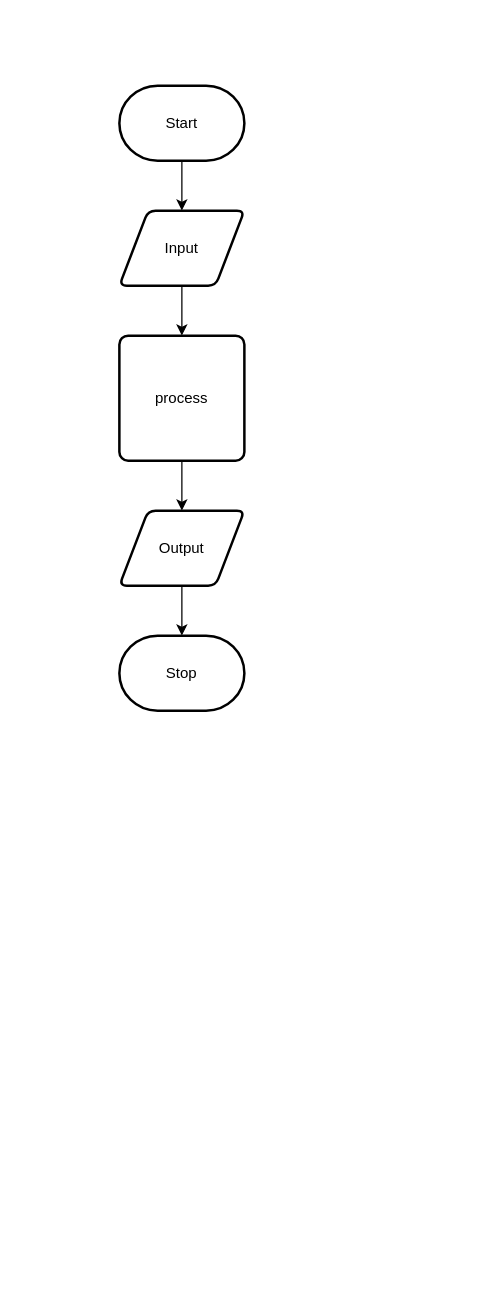
Above: design/flow-chart.drawio in Ali-Mugamai/ICS20-5-01-JS (draw.io), before the change. Source tidied: cells renumbered, new cells numbered last; positions are measured from the earlier drawing's top-left corner, leaving out a move shared by most shapes. Both pictures are drawn from the tidied source at 125%, with x=0, y=0 at pixel (119, 85).
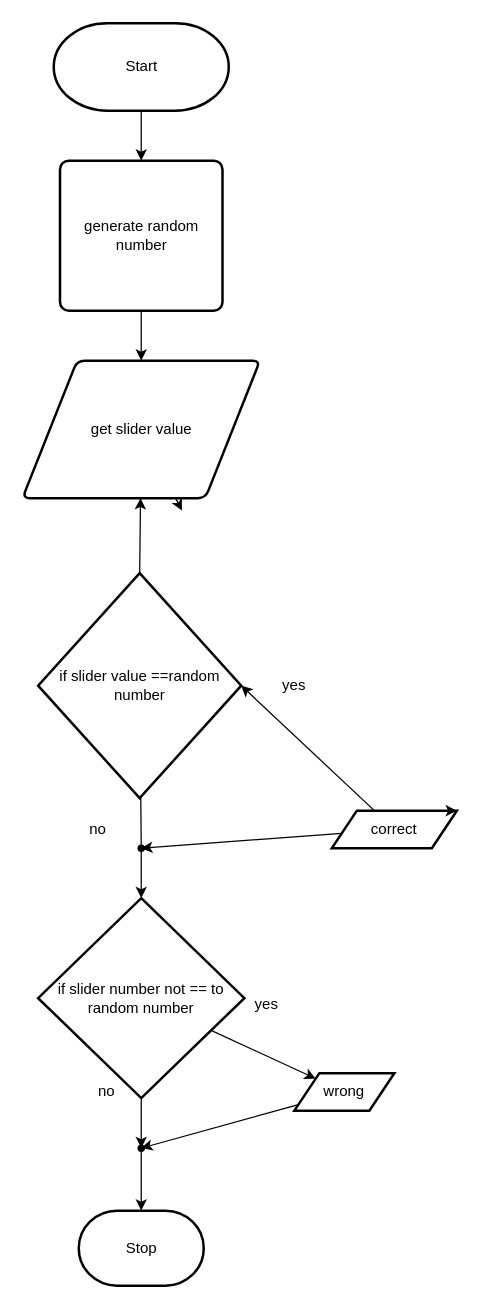
Above is the later version.

The edit, as a diff of the source:
```diff
@@
-    <mxCell id="2" style="edgeStyle=none;html=1;" parent="1" edge="1" source="3" target="5">
+    <mxCell id="2" style="edgeStyle=none;html=1;entryX=0.5;entryY=0;entryDx=0;entryDy=0;" parent="1" edge="1" source="3" target="7">
       <mxGeometry relative="1" as="geometry" />
     </mxCell>
     <mxCell id="3" value="Start" style="strokeWidth=2;html=1;shape=mxgraph.flowchart.terminator;whiteSpace=wrap;" parent="1" vertex="1">
-      <mxGeometry width="100" height="60" as="geometry" />
+      <mxGeometry x="-52.5" y="-50" width="140" height="70" as="geometry" />
     </mxCell>
-    <mxCell id="4" style="edgeStyle=none;html=1;" parent="1" edge="1" source="5" target="7">
-      <mxGeometry relative="1" as="geometry" />
-    </mxCell>
-    <mxCell id="5" value="Input" style="shape=parallelogram;html=1;strokeWidth=2;perimeter=parallelogramPerimeter;whiteSpace=wrap;rounded=1;arcSize=12;size=0.23;" parent="1" vertex="1">
-      <mxGeometry y="100" width="100" height="60" as="geometry" />
-    </mxCell>
@@
-    <mxCell id="7" value="process" style="rounded=1;whiteSpace=wrap;html=1;absoluteArcSize=1;arcSize=14;strokeWidth=2;" parent="1" vertex="1">
-      <mxGeometry y="200" width="100" height="100" as="geometry" />
+    <mxCell id="7" value="generate random number" style="rounded=1;whiteSpace=wrap;html=1;absoluteArcSize=1;arcSize=14;strokeWidth=2;" parent="1" vertex="1">
+      <mxGeometry x="-47.5" y="60" width="130" height="120" as="geometry" />
     </mxCell>
-    <mxCell id="8" style="edgeStyle=none;html=1;" parent="1" edge="1" source="9" target="10">
-      <mxGeometry relative="1" as="geometry" />
+    <mxCell id="8" style="edgeStyle=none;html=1;" parent="1" edge="1" source="9">
+      <mxGeometry relative="1" as="geometry">
+        <mxPoint x="50" y="340" as="targetPoint" />
+      </mxGeometry>
     </mxCell>
-    <mxCell id="9" value="Output" style="shape=parallelogram;html=1;strokeWidth=2;perimeter=parallelogramPerimeter;whiteSpace=wrap;rounded=1;arcSize=12;size=0.23;" parent="1" vertex="1">
-      <mxGeometry y="340" width="100" height="60" as="geometry" />
+    <mxCell id="9" value="get slider value" style="shape=parallelogram;html=1;strokeWidth=2;perimeter=parallelogramPerimeter;whiteSpace=wrap;rounded=1;arcSize=12;size=0.23;" parent="1" vertex="1">
+      <mxGeometry x="-77.5" y="220" width="190" height="110" as="geometry" />
     </mxCell>
     <mxCell id="10" value="Stop" style="strokeWidth=2;html=1;shape=mxgraph.flowchart.terminator;whiteSpace=wrap;" parent="1" vertex="1">
-      <mxGeometry y="440" width="100" height="60" as="geometry" />
+      <mxGeometry x="-32.5" y="900" width="100" height="60" as="geometry" />
     </mxCell>
+    <mxCell id="11" style="edgeStyle=none;html=1;exitX=0.5;exitY=0;exitDx=0;exitDy=0;" parent="1" edge="1" source="13" target="9">
+      <mxGeometry relative="1" as="geometry" />
+    </mxCell>
+    <mxCell id="12" style="edgeStyle=none;html=1;startArrow=none;" parent="1" edge="1" source="20" target="19">
+      <mxGeometry relative="1" as="geometry" />
+    </mxCell>
+    <mxCell id="13" value="if slider value ==random number" style="rhombus;whiteSpace=wrap;html=1;strokeWidth=2;" parent="1" vertex="1">
+      <mxGeometry x="-65" y="390" width="162.5" height="180" as="geometry" />
+    </mxCell>
+    <mxCell id="14" style="edgeStyle=none;html=1;entryX=1;entryY=0.5;entryDx=0;entryDy=0;" parent="1" edge="1" source="16" target="13">
+      <mxGeometry relative="1" as="geometry" />
+    </mxCell>
+    <mxCell id="15" style="edgeStyle=none;html=1;" parent="1" edge="1" source="16" target="20">
+      <mxGeometry relative="1" as="geometry" />
+    </mxCell>
+    <mxCell id="16" value="correct" style="shape=parallelogram;perimeter=parallelogramPerimeter;whiteSpace=wrap;html=1;fixedSize=1;strokeWidth=2;" parent="1" vertex="1">
+      <mxGeometry x="170" y="580" width="100" height="30" as="geometry" />
+    </mxCell>
+    <mxCell id="17" style="edgeStyle=none;html=1;" parent="1" edge="1" source="19" target="23">
+      <mxGeometry relative="1" as="geometry" />
+    </mxCell>
+    <mxCell id="18" style="edgeStyle=none;html=1;" parent="1" edge="1" source="19" target="25">
+      <mxGeometry relative="1" as="geometry" />
+    </mxCell>
+    <mxCell id="19" value="if slider number not == to random number" style="rhombus;whiteSpace=wrap;html=1;strokeWidth=2;" parent="1" vertex="1">
+      <mxGeometry x="-65" y="650" width="165" height="160" as="geometry" />
+    </mxCell>
+    <mxCell id="20" style="shape=waypoint;sketch=0;size=6;points=[];fillColor=default;perimeter=centerPerimeter;snapToPoint=1;" parent="1" vertex="1">
+      <mxGeometry x="-2.5" y="590" width="40" height="40" as="geometry" />
+    </mxCell>
+    <mxCell id="21" style="edgeStyle=none;html=1;endArrow=none;" parent="1" edge="1" source="13" target="20">
+      <mxGeometry relative="1" as="geometry" />
+    </mxCell>
+    <mxCell id="22" style="edgeStyle=none;html=1;" parent="1" edge="1" source="23" target="25">
+      <mxGeometry relative="1" as="geometry" />
+    </mxCell>
+    <mxCell id="23" value="wrong" style="shape=parallelogram;perimeter=parallelogramPerimeter;whiteSpace=wrap;html=1;fixedSize=1;strokeWidth=2;" parent="1" vertex="1">
+      <mxGeometry x="140" y="790" width="80" height="30" as="geometry" />
+    </mxCell>
+    <mxCell id="24" style="edgeStyle=none;html=1;" parent="1" edge="1" source="25" target="10">
+      <mxGeometry relative="1" as="geometry" />
+    </mxCell>
+    <mxCell id="25" style="shape=waypoint;sketch=0;size=6;points=[];fillColor=default;perimeter=centerPerimeter;snapToPoint=1;" parent="1" vertex="1">
+      <mxGeometry x="-2.5" y="830" width="40" height="40" as="geometry" />
+    </mxCell>
+    <mxCell id="26" style="edgeStyle=none;html=1;exitX=0.75;exitY=0;exitDx=0;exitDy=0;entryX=1;entryY=0;entryDx=0;entryDy=0;" parent="1" edge="1" source="16" target="16">
+      <mxGeometry relative="1" as="geometry" />
+    </mxCell>
+    <mxCell id="27" value="yes" style="text;html=1;strokeColor=none;fillColor=none;align=center;verticalAlign=middle;whiteSpace=wrap;rounded=0;" parent="1" vertex="1">
+      <mxGeometry x="110" y="465" width="60" height="30" as="geometry" />
+    </mxCell>
+    <mxCell id="28" value="yes" style="text;html=1;strokeColor=none;fillColor=none;align=center;verticalAlign=middle;whiteSpace=wrap;rounded=0;" parent="1" vertex="1">
+      <mxGeometry x="87.5" y="720" width="60" height="30" as="geometry" />
+    </mxCell>
+    <mxCell id="29" value="no" style="text;html=1;strokeColor=none;fillColor=none;align=center;verticalAlign=middle;whiteSpace=wrap;rounded=0;" parent="1" vertex="1">
+      <mxGeometry x="-47.5" y="580" width="60" height="30" as="geometry" />
+    </mxCell>
+    <mxCell id="30" value="no" style="text;html=1;strokeColor=none;fillColor=none;align=center;verticalAlign=middle;whiteSpace=wrap;rounded=0;" parent="1" vertex="1">
+      <mxGeometry x="-40" y="790" width="60" height="30" as="geometry" />
+    </mxCell>
```
